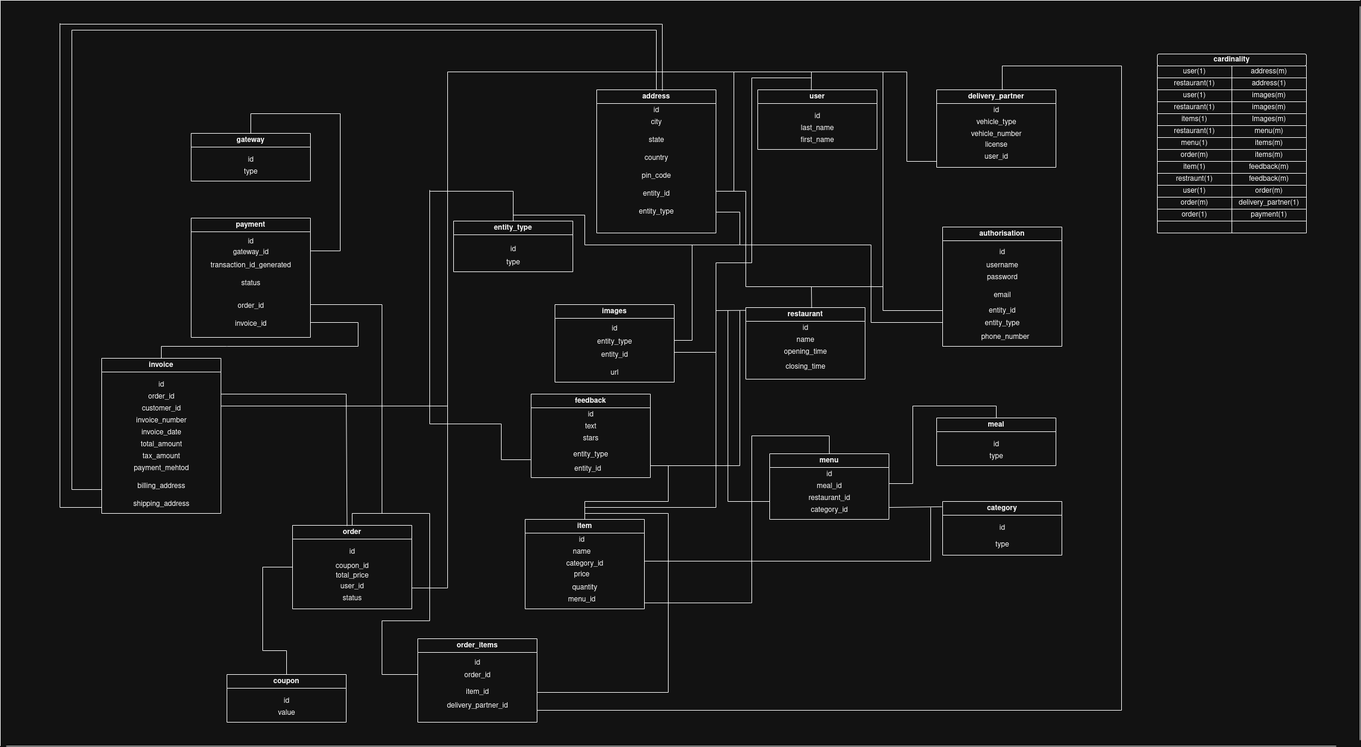
Before: saturday/ERDiagram/erdiagramdark.png, a diagram exported from draw.io (chauhansumitdev/java_topics). Source tidied: cells renumbered, new cells last; positions are measured from the earlier drawing's top-left corner, leaving out a move shared by most shapes.
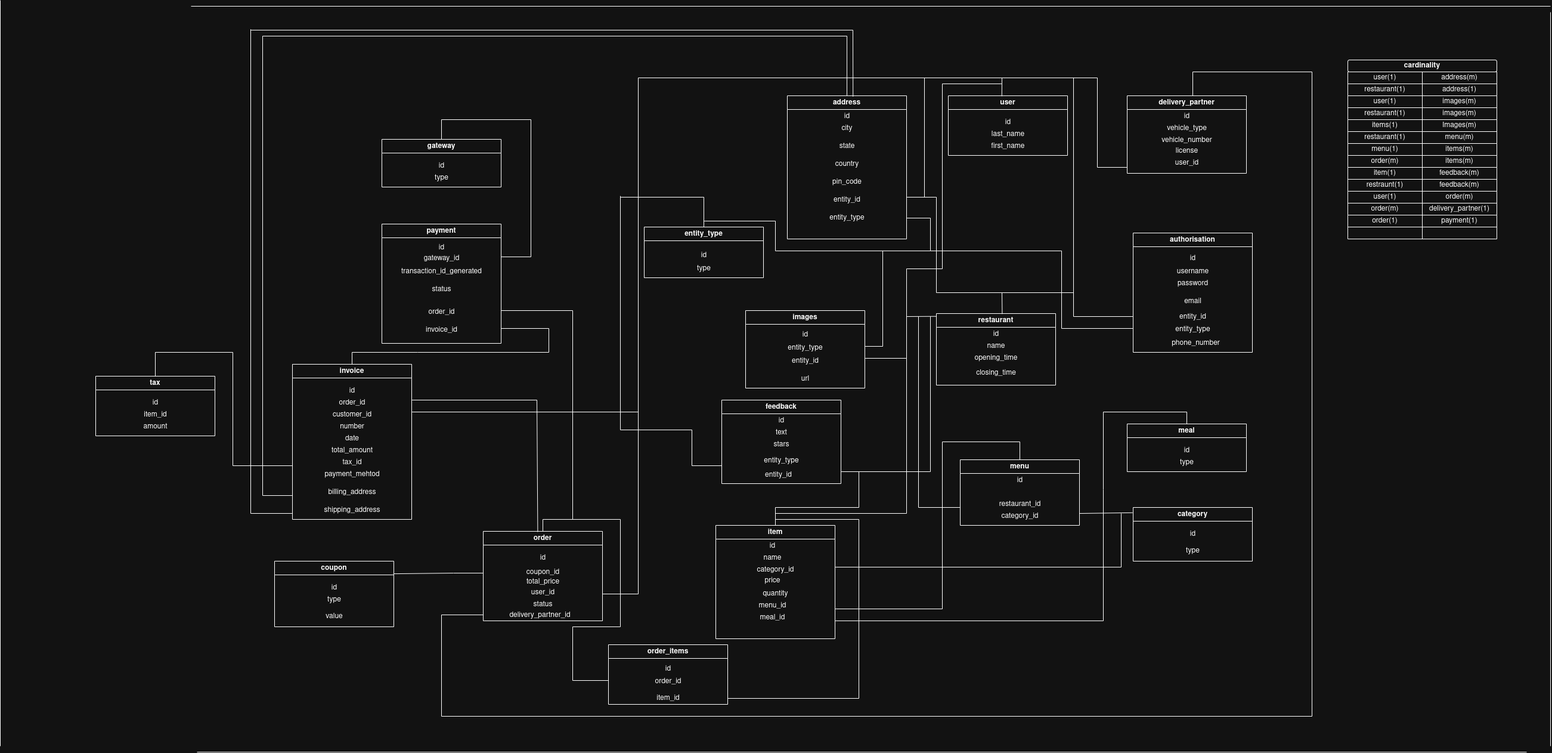
After the change.

What changed in the source:
```diff
@@ -274,9 +274,6 @@
     <mxCell id="67" value="id" style="text;html=1;align=center;verticalAlign=middle;strokeColor=none;fillColor=none;" parent="66" vertex="1">
       <mxGeometry x="85" y="20" width="30" height="30" as="geometry" />
     </mxCell>
-    <mxCell id="68" value="meal_id" style="text;html=1;align=center;verticalAlign=middle;strokeColor=none;fillColor=none;" parent="66" vertex="1">
-      <mxGeometry x="65" y="40" width="70" height="30" as="geometry" />
-    </mxCell>
     <mxCell id="69" value="restaurant_id" style="text;html=1;align=center;verticalAlign=middle;strokeColor=none;fillColor=none;" parent="66" vertex="1">
       <mxGeometry x="55" y="60" width="90" height="30" as="geometry" />
     </mxCell>
@@ -345,14 +342,8 @@
         <mxPoint x="1490" y="850" as="sourcePoint" />
       </mxGeometry>
     </mxCell>
-    <mxCell id="85" style="endArrow=none;html=1;rounded=0;" parent="1" edge="1">
-      <mxGeometry relative="1" as="geometry">
-        <mxPoint x="1490" y="810" as="sourcePoint" />
-        <mxPoint x="1530" y="810" as="targetPoint" />
-      </mxGeometry>
-    </mxCell>
     <mxCell id="86" value="item" style="swimlane;whiteSpace=wrap;html=1;" parent="1" vertex="1">
-      <mxGeometry x="880" y="870" width="200" height="150" as="geometry" />
+      <mxGeometry x="880" y="870" width="200" height="190" as="geometry" />
     </mxCell>
     <mxCell id="87" value="id" style="text;html=1;align=center;verticalAlign=middle;strokeColor=none;fillColor=none;" parent="86" vertex="1">
       <mxGeometry x="80" y="20" width="30" height="30" as="geometry" />
@@ -372,6 +363,9 @@
     <mxCell id="92" value="menu_id" style="text;html=1;align=center;verticalAlign=middle;strokeColor=none;fillColor=none;" parent="86" vertex="1">
       <mxGeometry x="60" y="120" width="70" height="30" as="geometry" />
     </mxCell>
+    <mxCell id="68" value="meal_id" style="text;html=1;align=center;verticalAlign=middle;strokeColor=none;fillColor=none;" parent="86" vertex="1">
+      <mxGeometry x="60" y="140" width="70" height="30" as="geometry" />
+    </mxCell>
     <mxCell id="93" style="endArrow=none;html=1;rounded=0;" parent="1" edge="1">
       <mxGeometry relative="1" as="geometry">
         <mxPoint x="1080" y="940" as="sourcePoint" />
@@ -479,7 +473,7 @@
       </mxGeometry>
     </mxCell>
     <mxCell id="114" value="order" style="swimlane;whiteSpace=wrap;html=1;" parent="1" vertex="1">
-      <mxGeometry x="490" y="880" width="200" height="140" as="geometry" />
+      <mxGeometry x="490" y="880" width="200" height="150" as="geometry" />
     </mxCell>
     <mxCell id="115" value="id" style="text;html=1;align=center;verticalAlign=middle;strokeColor=none;fillColor=none;" parent="114" vertex="1">
       <mxGeometry x="85" y="30" width="30" height="30" as="geometry" />
@@ -496,6 +490,9 @@
     <mxCell id="119" value="status" style="text;html=1;align=center;verticalAlign=middle;strokeColor=none;fillColor=none;" parent="114" vertex="1">
       <mxGeometry x="70" y="108" width="60" height="30" as="geometry" />
     </mxCell>
+    <mxCell id="144" value="delivery_partner_id" style="text;html=1;align=center;verticalAlign=middle;strokeColor=none;fillColor=none;" parent="114" vertex="1">
+      <mxGeometry x="30" y="126" width="130" height="30" as="geometry" />
+    </mxCell>
     <mxCell id="120" style="endArrow=none;html=1;rounded=0;" parent="1" edge="1">
       <mxGeometry relative="1" as="geometry">
         <mxPoint x="860" y="360" as="sourcePoint" />
@@ -509,12 +506,12 @@
       </mxGeometry>
     </mxCell>
     <mxCell id="122" value="coupon" style="swimlane;whiteSpace=wrap;html=1;" parent="1" vertex="1">
-      <mxGeometry x="380" y="1130" width="200" height="80" as="geometry" />
+      <mxGeometry x="140" y="930" width="200" height="110" as="geometry" />
     </mxCell>
     <mxCell id="123" value="id" style="text;html=1;align=center;verticalAlign=middle;strokeColor=none;fillColor=none;" parent="122" vertex="1">
       <mxGeometry x="85" y="30" width="30" height="30" as="geometry" />
     </mxCell>
-    <mxCell id="124" value="value" style="text;html=1;align=center;verticalAlign=middle;strokeColor=none;fillColor=none;" parent="122" vertex="1">
+    <mxCell id="124" value="type" style="text;html=1;align=center;verticalAlign=middle;strokeColor=none;fillColor=none;" parent="122" vertex="1">
       <mxGeometry x="75" y="50" width="50" height="30" as="geometry" />
     </mxCell>
     <mxCell id="125" style="endArrow=none;html=1;rounded=0;" parent="1" edge="1">
@@ -523,19 +520,9 @@
         <mxPoint x="490" y="950" as="targetPoint" />
       </mxGeometry>
     </mxCell>
-    <mxCell id="126" style="endArrow=none;html=1;rounded=0;exitX=0.5;exitY=0;exitDx=0;exitDy=0;" parent="1" edge="1" source="122">
-      <mxGeometry relative="1" as="geometry">
-        <mxPoint x="480" y="1090" as="targetPoint" />
-      </mxGeometry>
-    </mxCell>
-    <mxCell id="127" style="endArrow=none;html=1;rounded=0;" parent="1" edge="1">
-      <mxGeometry relative="1" as="geometry">
-        <mxPoint x="440" y="1090" as="sourcePoint" />
-        <mxPoint x="480" y="1090" as="targetPoint" />
-      </mxGeometry>
-    </mxCell>
-    <mxCell id="128" style="endArrow=none;html=1;rounded=0;exitX=1;exitY=0.75;exitDx=0;exitDy=0;" parent="1" edge="1" source="114">
+    <mxCell id="128" style="endArrow=none;html=1;rounded=0;" parent="1" edge="1">
       <mxGeometry relative="1" as="geometry">
+        <mxPoint x="690" y="985" as="sourcePoint" />
         <mxPoint x="750" y="985" as="targetPoint" />
       </mxGeometry>
     </mxCell>
@@ -552,7 +539,7 @@
       </mxGeometry>
     </mxCell>
     <mxCell id="131" value="order_items" style="swimlane;whiteSpace=wrap;html=1;" parent="1" vertex="1">
-      <mxGeometry x="700" y="1070" width="200" height="140" as="geometry" />
+      <mxGeometry x="700" y="1070" width="200" height="100" as="geometry" />
     </mxCell>
     <mxCell id="132" value="id" style="text;html=1;align=center;verticalAlign=middle;strokeColor=none;fillColor=none;" parent="131" vertex="1">
       <mxGeometry x="85" y="26" width="30" height="30" as="geometry" />
@@ -616,12 +603,9 @@
         <mxPoint x="980" y="860" as="targetPoint" />
       </mxGeometry>
     </mxCell>
-    <mxCell id="144" value="delivery_partner_id" style="text;html=1;align=center;verticalAlign=middle;strokeColor=none;fillColor=none;" parent="1" vertex="1">
-      <mxGeometry x="735" y="1168" width="130" height="30" as="geometry" />
-    </mxCell>
     <mxCell id="145" style="endArrow=none;html=1;rounded=0;" parent="1" edge="1">
       <mxGeometry relative="1" as="geometry">
-        <mxPoint x="900" y="1190" as="sourcePoint" />
+        <mxPoint x="420" y="1190" as="sourcePoint" />
         <mxPoint x="1880" y="1190" as="targetPoint" />
       </mxGeometry>
     </mxCell>
@@ -707,17 +691,17 @@
     <mxCell id="166" value="customer_id" style="text;html=1;align=center;verticalAlign=middle;strokeColor=none;fillColor=none;" parent="163" vertex="1">
       <mxGeometry x="55" y="70" width="90" height="30" as="geometry" />
     </mxCell>
-    <mxCell id="167" value="invoice_number" style="text;html=1;align=center;verticalAlign=middle;strokeColor=none;fillColor=none;" parent="163" vertex="1">
-      <mxGeometry x="45" y="90" width="110" height="30" as="geometry" />
+    <mxCell id="167" value="number" style="text;html=1;align=center;verticalAlign=middle;strokeColor=none;fillColor=none;" parent="163" vertex="1">
+      <mxGeometry x="70" y="90" width="60" height="30" as="geometry" />
     </mxCell>
-    <mxCell id="168" value="invoice_date" style="text;html=1;align=center;verticalAlign=middle;strokeColor=none;fillColor=none;" parent="163" vertex="1">
-      <mxGeometry x="55" y="110" width="90" height="30" as="geometry" />
+    <mxCell id="168" value="date" style="text;html=1;align=center;verticalAlign=middle;strokeColor=none;fillColor=none;" parent="163" vertex="1">
+      <mxGeometry x="75" y="110" width="50" height="30" as="geometry" />
     </mxCell>
     <mxCell id="169" value="total_amount" style="text;html=1;align=center;verticalAlign=middle;strokeColor=none;fillColor=none;" parent="163" vertex="1">
       <mxGeometry x="55" y="130" width="90" height="30" as="geometry" />
     </mxCell>
-    <mxCell id="170" value="tax_amount" style="text;html=1;align=center;verticalAlign=middle;strokeColor=none;fillColor=none;" parent="163" vertex="1">
-      <mxGeometry x="55" y="150" width="90" height="30" as="geometry" />
+    <mxCell id="170" value="tax_id" style="text;html=1;align=center;verticalAlign=middle;strokeColor=none;fillColor=none;" parent="163" vertex="1">
+      <mxGeometry x="70" y="150" width="60" height="30" as="geometry" />
     </mxCell>
     <mxCell id="171" value="payment_mehtod" style="text;html=1;align=center;verticalAlign=middle;strokeColor=none;fillColor=none;" parent="163" vertex="1">
       <mxGeometry x="40" y="170" width="120" height="30" as="geometry" />
@@ -758,12 +742,6 @@
         <mxPoint x="600" y="580" as="targetPoint" />
       </mxGeometry>
     </mxCell>
-    <mxCell id="179" style="endArrow=none;html=1;rounded=0;" parent="1" edge="1">
-      <mxGeometry relative="1" as="geometry">
-        <mxPoint x="440" y="1090" as="sourcePoint" />
-        <mxPoint x="440" y="950" as="targetPoint" />
-      </mxGeometry>
-    </mxCell>
     <mxCell id="180" style="endArrow=none;html=1;rounded=0;exitX=0.5;exitY=0;exitDx=0;exitDy=0;" parent="1" edge="1" source="163">
       <mxGeometry relative="1" as="geometry">
         <mxPoint x="270" y="580" as="targetPoint" />
@@ -1020,8 +998,8 @@
     </mxCell>
     <mxCell id="248" style="endArrow=none;html=1;rounded=0;" parent="1" edge="1">
       <mxGeometry relative="1" as="geometry">
-        <mxPoint y="1250" as="sourcePoint" />
-        <mxPoint as="targetPoint" />
+        <mxPoint x="-320" y="1240" as="sourcePoint" />
+        <mxPoint x="-320" y="-10" as="targetPoint" />
       </mxGeometry>
     </mxCell>
     <mxCell id="249" style="endArrow=none;html=1;rounded=0;" parent="1" edge="1">
@@ -1036,5 +1014,72 @@
         <mxPoint x="2280" y="10" as="targetPoint" />
       </mxGeometry>
     </mxCell>
+    <mxCell id="251" style="endArrow=none;html=1;rounded=0;" parent="1" edge="1">
+      <mxGeometry relative="1" as="geometry">
+        <mxPoint x="1080" y="1030" as="sourcePoint" />
+        <mxPoint x="1530" y="1030" as="targetPoint" />
+      </mxGeometry>
+    </mxCell>
+    <mxCell id="252" style="endArrow=none;html=1;rounded=0;" parent="1" edge="1">
+      <mxGeometry relative="1" as="geometry">
+        <mxPoint x="1530" y="1030" as="sourcePoint" />
+        <mxPoint x="1530" y="810" as="targetPoint" />
+      </mxGeometry>
+    </mxCell>
+    <mxCell id="253" value="value" style="text;html=1;align=center;verticalAlign=middle;strokeColor=none;fillColor=none;" parent="1" vertex="1">
+      <mxGeometry x="215" y="1008" width="50" height="30" as="geometry" />
+    </mxCell>
+    <mxCell id="254" style="endArrow=none;html=1;rounded=0;exitX=1.002;exitY=0.192;exitDx=0;exitDy=0;exitPerimeter=0;" parent="1" edge="1" source="122">
+      <mxGeometry relative="1" as="geometry">
+        <mxPoint x="440" y="950" as="targetPoint" />
+      </mxGeometry>
+    </mxCell>
+    <mxCell id="255" value="tax" style="swimlane;whiteSpace=wrap;html=1;" parent="1" vertex="1">
+      <mxGeometry x="-160" y="620" width="200" height="100" as="geometry" />
+    </mxCell>
+    <mxCell id="256" value="id" style="text;html=1;align=center;verticalAlign=middle;strokeColor=none;fillColor=none;" parent="255" vertex="1">
+      <mxGeometry x="85" y="30" width="30" height="30" as="geometry" />
+    </mxCell>
+    <mxCell id="257" value="item_id" style="text;html=1;align=center;verticalAlign=middle;strokeColor=none;fillColor=none;" parent="255" vertex="1">
+      <mxGeometry x="70" y="50" width="60" height="30" as="geometry" />
+    </mxCell>
+    <mxCell id="258" value="amount" style="text;html=1;align=center;verticalAlign=middle;strokeColor=none;fillColor=none;" parent="255" vertex="1">
+      <mxGeometry x="70" y="70" width="60" height="30" as="geometry" />
+    </mxCell>
+    <mxCell id="259" style="endArrow=none;html=1;rounded=0;" parent="1" edge="1">
+      <mxGeometry relative="1" as="geometry">
+        <mxPoint x="70" y="770" as="sourcePoint" />
+        <mxPoint x="170" y="770" as="targetPoint" />
+      </mxGeometry>
+    </mxCell>
+    <mxCell id="260" style="endArrow=none;html=1;rounded=0;" parent="1" edge="1">
+      <mxGeometry relative="1" as="geometry">
+        <mxPoint x="70" y="770" as="sourcePoint" />
+        <mxPoint x="70" y="580" as="targetPoint" />
+      </mxGeometry>
+    </mxCell>
+    <mxCell id="261" style="endArrow=none;html=1;rounded=0;" parent="1" edge="1">
+      <mxGeometry relative="1" as="geometry">
+        <mxPoint x="-60" y="580" as="sourcePoint" />
+        <mxPoint x="70" y="580" as="targetPoint" />
+      </mxGeometry>
+    </mxCell>
+    <mxCell id="262" style="endArrow=none;html=1;rounded=0;exitX=0.5;exitY=0;exitDx=0;exitDy=0;" parent="1" edge="1" source="255">
+      <mxGeometry relative="1" as="geometry">
+        <mxPoint x="-60" y="580" as="targetPoint" />
+      </mxGeometry>
+    </mxCell>
+    <mxCell id="263" style="endArrow=none;html=1;rounded=0;" parent="1" edge="1">
+      <mxGeometry relative="1" as="geometry">
+        <mxPoint x="420" y="1020" as="sourcePoint" />
+        <mxPoint x="490" y="1020" as="targetPoint" />
+      </mxGeometry>
+    </mxCell>
+    <mxCell id="264" style="endArrow=none;html=1;rounded=0;" parent="1" edge="1">
+      <mxGeometry relative="1" as="geometry">
+        <mxPoint x="420" y="1190" as="sourcePoint" />
+        <mxPoint x="420" y="1020" as="targetPoint" />
+      </mxGeometry>
+    </mxCell>
   </root>
 </mxGraphModel>
```
